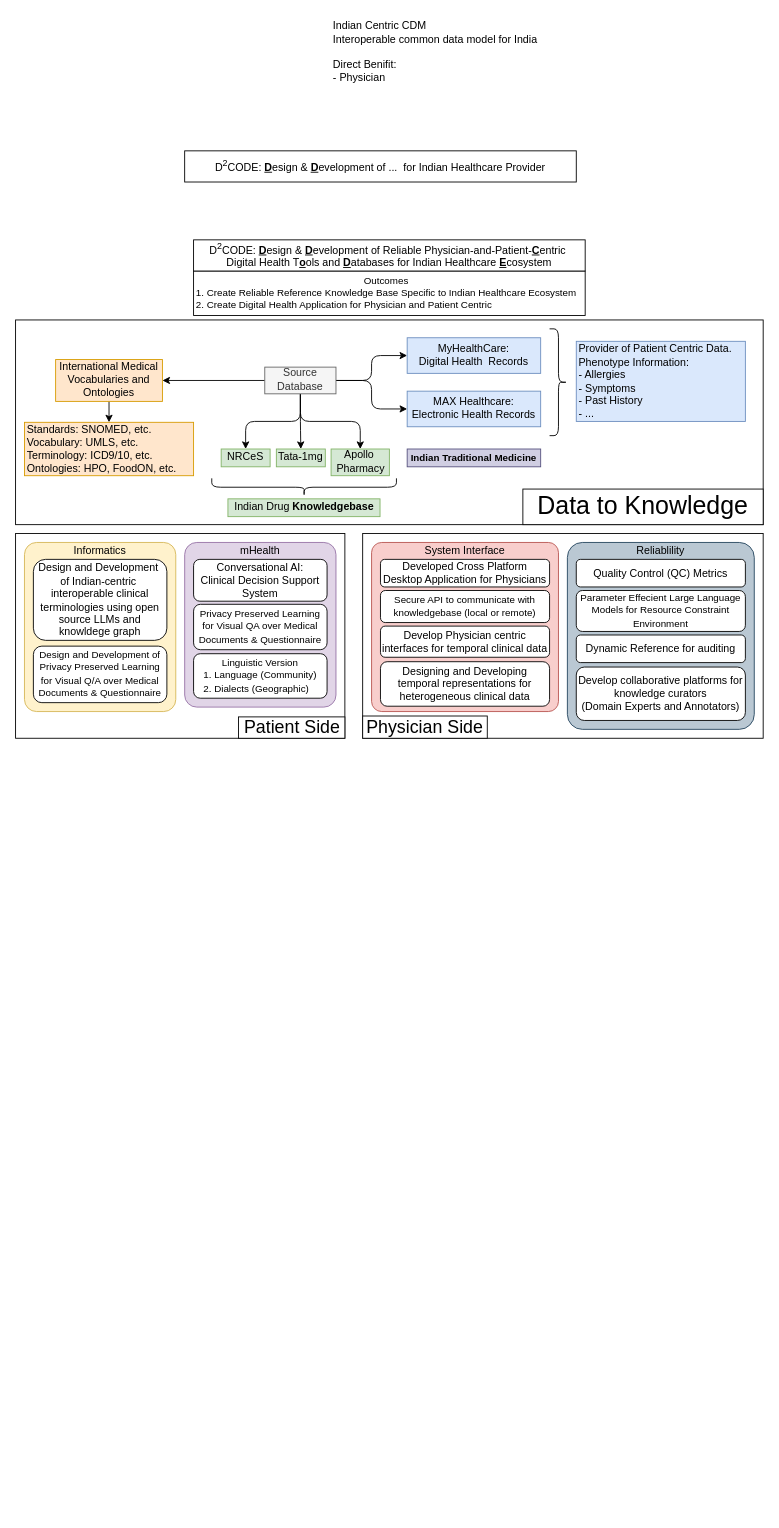
The draw.io diagram anrf/grant.drawio in KutumLab/illustrations-drawio, before the edit. Source tidied: cells renumbered, new cells numbered last; positions are measured from the earlier drawing's top-left corner, leaving out a move shared by most shapes. Both pictures are drawn from the tidied source at 89%, with x=0, y=0 at pixel (15, 15). Pictures stored in the file or linked from it are replaced by grey dashed boxes.
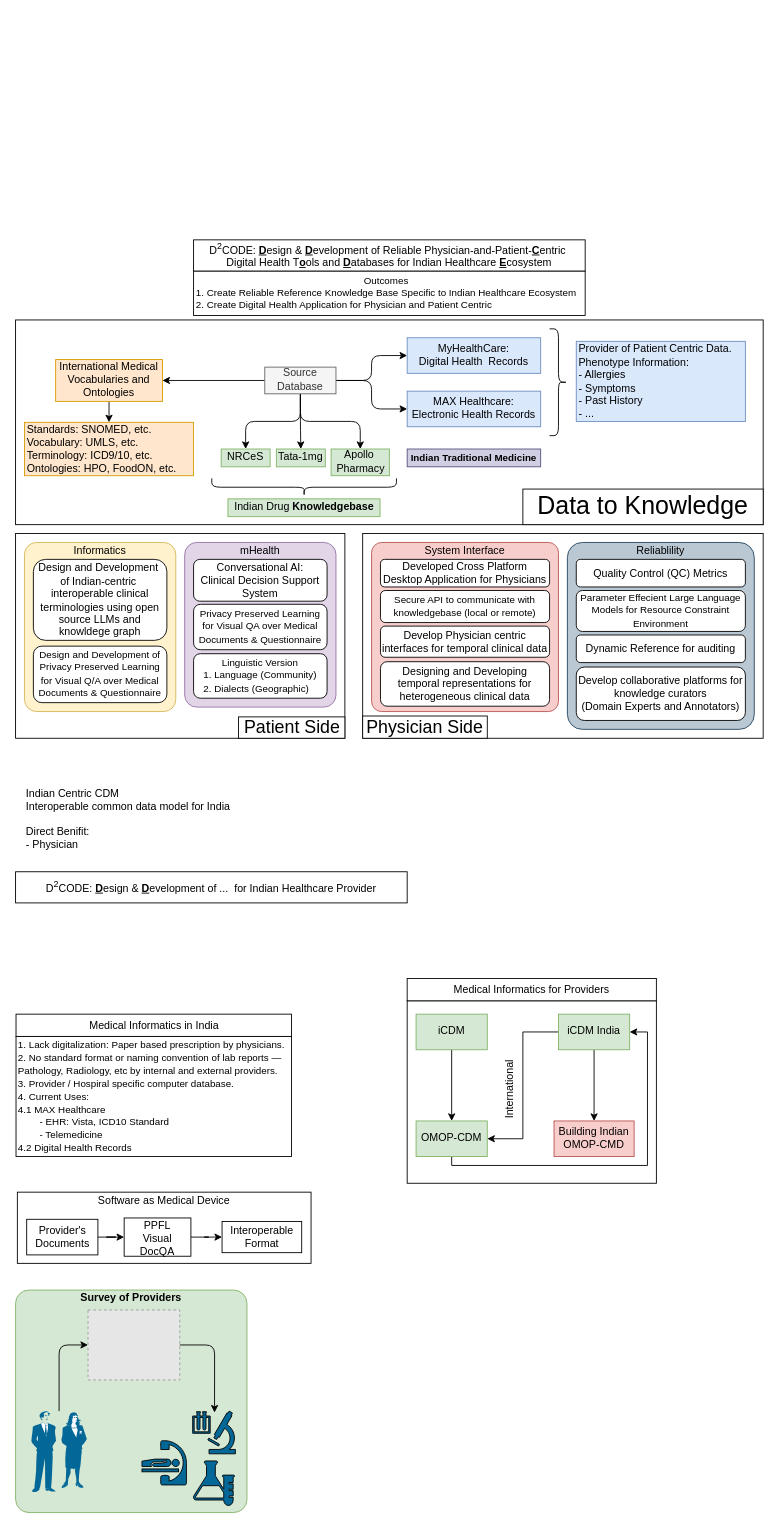
The same diagram, later.

Commit message (it also covers changes not shown here):
Updated ANRF illustration

The edit, as a diff of the source:
```diff
@@
+    <mxCell id="49" style="whiteSpace=wrap;html=1;fillColor=none;" parent="1" vertex="1">
+      <mxGeometry x="440" y="1107" width="280" height="205" as="geometry" />
+    </mxCell>
+    <mxCell id="50" value="&lt;span style=&quot;text-wrap: nowrap;&quot;&gt;Software as Medical Device&lt;/span&gt;" style="whiteSpace=wrap;html=1;spacing=0;spacingTop=-2;fillColor=none;verticalAlign=top;" parent="1" vertex="1">
+      <mxGeometry x="2" y="1322" width="330" height="80" as="geometry" />
+    </mxCell>
@@
     <mxCell id="47" value="Indian Centric CDM&lt;div&gt;Interoperable common data model for India&lt;/div&gt;&lt;div&gt;&lt;br&gt;&lt;/div&gt;&lt;div&gt;Direct Benifit:&lt;/div&gt;&lt;div&gt;- Physician&lt;/div&gt;&lt;div&gt;&lt;br&gt;&lt;/div&gt;&lt;div&gt;&lt;br&gt;&lt;/div&gt;" style="text;html=1;align=left;verticalAlign=middle;strokeColor=none;fillColor=none;" parent="1" vertex="1">
-      <mxGeometry x="355" width="250" height="110" as="geometry" />
+      <mxGeometry x="10" y="862" width="250" height="110" as="geometry" />
     </mxCell>
     <mxCell id="48" value="&lt;span style=&quot;text-wrap: nowrap;&quot;&gt;D&lt;/span&gt;&lt;sup style=&quot;text-wrap: nowrap;&quot;&gt;2&lt;/sup&gt;&lt;span style=&quot;text-wrap: nowrap;&quot;&gt;CODE:&amp;nbsp;&lt;/span&gt;&lt;b style=&quot;text-wrap: nowrap;&quot;&gt;&lt;u&gt;D&lt;/u&gt;&lt;/b&gt;&lt;span style=&quot;text-wrap: nowrap;&quot;&gt;esign &amp;amp;&amp;nbsp;&lt;/span&gt;&lt;b style=&quot;text-wrap: nowrap;&quot;&gt;&lt;u&gt;D&lt;/u&gt;&lt;/b&gt;&lt;span style=&quot;text-wrap: nowrap;&quot;&gt;evelopment of ...&amp;nbsp; for Indian Healthcare Provider&lt;/span&gt;" style="whiteSpace=wrap;html=1;spacing=0;spacingTop=-2;" parent="1" vertex="1">
-      <mxGeometry x="190" y="152" width="440" height="35" as="geometry" />
+      <mxGeometry y="962" width="440" height="35" as="geometry" />
     </mxCell>
+    <mxCell id="51" value="&lt;span style=&quot;text-wrap: nowrap;&quot;&gt;Medical Informatics for Providers&lt;/span&gt;" style="whiteSpace=wrap;html=1;spacing=0;spacingTop=0;" parent="1" vertex="1">
+      <mxGeometry x="440" y="1082" width="280" height="25" as="geometry" />
+    </mxCell>
+    <mxCell id="52" value="&lt;div style=&quot;&quot;&gt;&lt;span style=&quot;font-size: 11px; background-color: initial;&quot;&gt;1. Lack digitalization:&amp;nbsp;&lt;/span&gt;&lt;span style=&quot;background-color: initial; font-size: 11px;&quot;&gt;Paper based prescription by physicians.&lt;/span&gt;&lt;/div&gt;&lt;div style=&quot;&quot;&gt;&lt;font style=&quot;font-size: 11px;&quot;&gt;2.&amp;nbsp;No standard format or naming convention of lab reports — Pathology, Radiology, etc by internal and external providers.&lt;/font&gt;&lt;div&gt;&lt;span style=&quot;font-size: 11px; background-color: initial;&quot;&gt;3.&lt;/span&gt;&lt;span style=&quot;font-size: 11px; background-color: initial;&quot;&gt;&amp;nbsp;Provider / Hospiral specific computer database.&lt;/span&gt;&lt;/div&gt;&lt;div&gt;&lt;span style=&quot;font-size: 11px;&quot;&gt;4. Current Uses:&lt;/span&gt;&lt;/div&gt;&lt;div&gt;&lt;span style=&quot;font-size: 11px;&quot;&gt;4.1 MAX Healthcare&lt;/span&gt;&lt;/div&gt;&lt;div&gt;&lt;span style=&quot;font-size: 11px;&quot;&gt;&lt;span style=&quot;white-space: pre;&quot;&gt;&#9;&lt;/span&gt;- EHR: Vista, ICD10 Standard&lt;br&gt;&lt;/span&gt;&lt;/div&gt;&lt;div&gt;&lt;span style=&quot;font-size: 11px;&quot;&gt;&lt;span style=&quot;white-space: pre;&quot;&gt;&#9;&lt;/span&gt;- Telemedicine&lt;br&gt;&lt;/span&gt;&lt;/div&gt;&lt;div&gt;&lt;span style=&quot;font-size: 11px;&quot;&gt;4.2 Digital Health Records&lt;/span&gt;&lt;/div&gt;&lt;/div&gt;" style="whiteSpace=wrap;html=1;spacing=2;spacingTop=-4;align=left;verticalAlign=top;spacingLeft=0;spacingRight=2;" parent="1" vertex="1">
+      <mxGeometry x="0.5" y="1147" width="309.5" height="135" as="geometry" />
+    </mxCell>
+    <mxCell id="53" value="Survey of Providers" style="whiteSpace=wrap;html=1;spacing=0;spacingTop=-3;align=center;verticalAlign=top;fillColor=#d5e8d4;rounded=1;arcSize=6;strokeColor=#82b366;fontStyle=1;" parent="1" vertex="1">
+      <mxGeometry y="1432" width="260" height="250" as="geometry" />
+    </mxCell>
+    <mxCell id="54" style="rounded=1;jettySize=auto;html=1;exitX=0.5;exitY=0;exitDx=0;exitDy=0;exitPerimeter=0;entryX=0;entryY=0.5;entryDx=0;entryDy=0;elbow=vertical;edgeStyle=orthogonalEdgeStyle;curved=0;" parent="1" edge="1" source="55" target="56">
+      <mxGeometry relative="1" as="geometry" />
+    </mxCell>
+    <mxCell id="55" style="shape=mxgraph.cisco.people.man_woman;html=1;dashed=0;fillColor=#036897;strokeColor=default;strokeWidth=2;verticalLabelPosition=bottom;verticalAlign=top;align=center;outlineConnect=0;" parent="1" vertex="1">
+      <mxGeometry x="17.8" y="1568" width="62.2" height="91" as="geometry" />
+    </mxCell>
+    <mxCell id="56" style="fillColor=#E6E6E6;strokeColor=#999999;dashed=1;verticalLabelPosition=bottom;labelBackgroundColor=default;verticalAlign=top;" parent="1" vertex="1">
+      <mxGeometry x="81.4" y="1454.4" width="103.1" height="78.6" as="geometry" />
+    </mxCell>
+    <mxCell id="57" style="shape=mxgraph.signs.healthcare.cath_lab;html=1;fillColor=#036897;strokeColor=default;verticalLabelPosition=bottom;verticalAlign=top;align=center;" parent="1" vertex="1">
+      <mxGeometry x="142" y="1600" width="50" height="51" as="geometry" />
+    </mxCell>
+    <mxCell id="58" style="shape=mxgraph.signs.science.laboratory;html=1;fillColor=#036897;strokeColor=default;verticalLabelPosition=bottom;verticalAlign=top;align=center;" parent="1" vertex="1">
+      <mxGeometry x="199" y="1568" width="48" height="48" as="geometry" />
+    </mxCell>
+    <mxCell id="59" style="sketch=0;shadow=0;dashed=0;html=1;strokeColor=default;fillColor=#036897;labelPosition=center;verticalLabelPosition=bottom;verticalAlign=top;align=center;shape=mxgraph.office.concepts.lab;" parent="1" vertex="1">
+      <mxGeometry x="199" y="1624" width="47" height="50" as="geometry" />
+    </mxCell>
+    <mxCell id="60" style="edgeStyle=orthogonalEdgeStyle;rounded=1;jettySize=auto;html=1;curved=0;exitX=1;exitY=0.5;exitDx=0;exitDy=0;entryX=0.512;entryY=0.035;entryDx=0;entryDy=0;entryPerimeter=0;" parent="1" edge="1" source="56" target="58">
+      <mxGeometry relative="1" as="geometry" />
+    </mxCell>
+    <mxCell id="61" style="edgeStyle=orthogonalEdgeStyle;rounded=0;jettySize=auto;html=1;" parent="1" edge="1" source="62" target="64">
+      <mxGeometry relative="1" as="geometry" />
+    </mxCell>
+    <mxCell id="62" value="&lt;span style=&quot;text-wrap: nowrap;&quot;&gt;Provider's&lt;/span&gt;&lt;div&gt;&lt;span style=&quot;text-wrap: nowrap;&quot;&gt;Documents&lt;/span&gt;&lt;/div&gt;" style="whiteSpace=wrap;html=1;spacing=0;spacingTop=-2;" parent="1" vertex="1">
+      <mxGeometry x="12.5" y="1352.5" width="80" height="40" as="geometry" />
+    </mxCell>
+    <mxCell id="63" style="edgeStyle=orthogonalEdgeStyle;rounded=0;jettySize=auto;html=1;" parent="1" edge="1" source="64" target="65">
+      <mxGeometry relative="1" as="geometry" />
+    </mxCell>
+    <mxCell id="64" value="&lt;span style=&quot;text-wrap: nowrap;&quot;&gt;PPFL&lt;/span&gt;&lt;div&gt;&lt;span style=&quot;text-wrap: nowrap;&quot;&gt;Visual&lt;/span&gt;&lt;/div&gt;&lt;div&gt;&lt;span style=&quot;text-wrap: nowrap;&quot;&gt;DocQA&lt;/span&gt;&lt;/div&gt;" style="whiteSpace=wrap;html=1;spacing=0;spacingTop=2;" parent="1" vertex="1">
+      <mxGeometry x="122" y="1351" width="75" height="43" as="geometry" />
+    </mxCell>
+    <mxCell id="65" value="&lt;span style=&quot;text-wrap: nowrap;&quot;&gt;Interoperable&lt;/span&gt;&lt;div&gt;&lt;span style=&quot;text-wrap: nowrap;&quot;&gt;Format&lt;/span&gt;&lt;/div&gt;" style="whiteSpace=wrap;html=1;spacing=0;spacingTop=-2;" parent="1" vertex="1">
+      <mxGeometry x="232" y="1355" width="89.5" height="35" as="geometry" />
+    </mxCell>
+    <mxCell id="66" style="edgeStyle=orthogonalEdgeStyle;rounded=0;jettySize=auto;html=1;" parent="1" edge="1" source="67" target="69">
+      <mxGeometry relative="1" as="geometry" />
+    </mxCell>
+    <mxCell id="67" value="&lt;span style=&quot;text-wrap: nowrap;&quot;&gt;iCDM&lt;/span&gt;" style="whiteSpace=wrap;html=1;spacing=0;spacingTop=-2;fillColor=#d5e8d4;strokeColor=#82b366;" parent="1" vertex="1">
+      <mxGeometry x="450" y="1122" width="80" height="40" as="geometry" />
+    </mxCell>
+    <mxCell id="68" style="edgeStyle=orthogonalEdgeStyle;rounded=0;jettySize=auto;html=1;exitX=0.5;exitY=1;exitDx=0;exitDy=0;entryX=1;entryY=0.5;entryDx=0;entryDy=0;" parent="1" edge="1" source="69" target="72">
+      <mxGeometry relative="1" as="geometry">
+        <Array as="points">
+          <mxPoint x="490" y="1292" />
+          <mxPoint x="710" y="1292" />
+          <mxPoint x="710" y="1142" />
+        </Array>
+      </mxGeometry>
+    </mxCell>
+    <mxCell id="69" value="&lt;span style=&quot;text-wrap: nowrap;&quot;&gt;OMOP-CDM&lt;/span&gt;" style="whiteSpace=wrap;html=1;spacing=0;spacingTop=-2;fillColor=#d5e8d4;strokeColor=#82b366;" parent="1" vertex="1">
+      <mxGeometry x="450" y="1242" width="80" height="40" as="geometry" />
+    </mxCell>
+    <mxCell id="70" style="edgeStyle=orthogonalEdgeStyle;rounded=0;jettySize=auto;html=1;" parent="1" edge="1" source="72" target="73">
+      <mxGeometry relative="1" as="geometry" />
+    </mxCell>
+    <mxCell id="71" style="edgeStyle=orthogonalEdgeStyle;rounded=0;jettySize=auto;html=1;exitX=0;exitY=0.5;exitDx=0;exitDy=0;entryX=1;entryY=0.5;entryDx=0;entryDy=0;" parent="1" edge="1" source="72" target="69">
+      <mxGeometry relative="1" as="geometry" />
+    </mxCell>
+    <mxCell id="72" value="&lt;span style=&quot;text-wrap: nowrap;&quot;&gt;iCDM India&lt;/span&gt;" style="whiteSpace=wrap;html=1;spacing=0;spacingTop=-2;fillColor=#d5e8d4;strokeColor=#82b366;" parent="1" vertex="1">
+      <mxGeometry x="610" y="1122" width="80" height="40" as="geometry" />
+    </mxCell>
+    <mxCell id="73" value="&lt;span style=&quot;text-wrap: nowrap;&quot;&gt;Building Indian&lt;/span&gt;&lt;div&gt;&lt;span style=&quot;text-wrap: nowrap;&quot;&gt;OMOP-CMD&lt;/span&gt;&lt;/div&gt;" style="whiteSpace=wrap;html=1;spacing=0;spacingTop=-2;fillColor=#f8cecc;strokeColor=#b85450;" parent="1" vertex="1">
+      <mxGeometry x="605" y="1242" width="90" height="40" as="geometry" />
+    </mxCell>
+    <mxCell id="74" value="International" style="text;html=1;align=center;verticalAlign=middle;strokeColor=none;fillColor=none;rotation=-90;" parent="1" vertex="1">
+      <mxGeometry x="510" y="1192" width="90" height="30" as="geometry" />
+    </mxCell>
+    <mxCell id="75" value="&lt;span style=&quot;text-wrap: nowrap;&quot;&gt;Medical Informatics in India&lt;/span&gt;" style="whiteSpace=wrap;html=1;spacing=0;spacingTop=0;" parent="1" vertex="1">
+      <mxGeometry x="0.5" y="1122" width="309.5" height="25" as="geometry" />
+    </mxCell>
```
